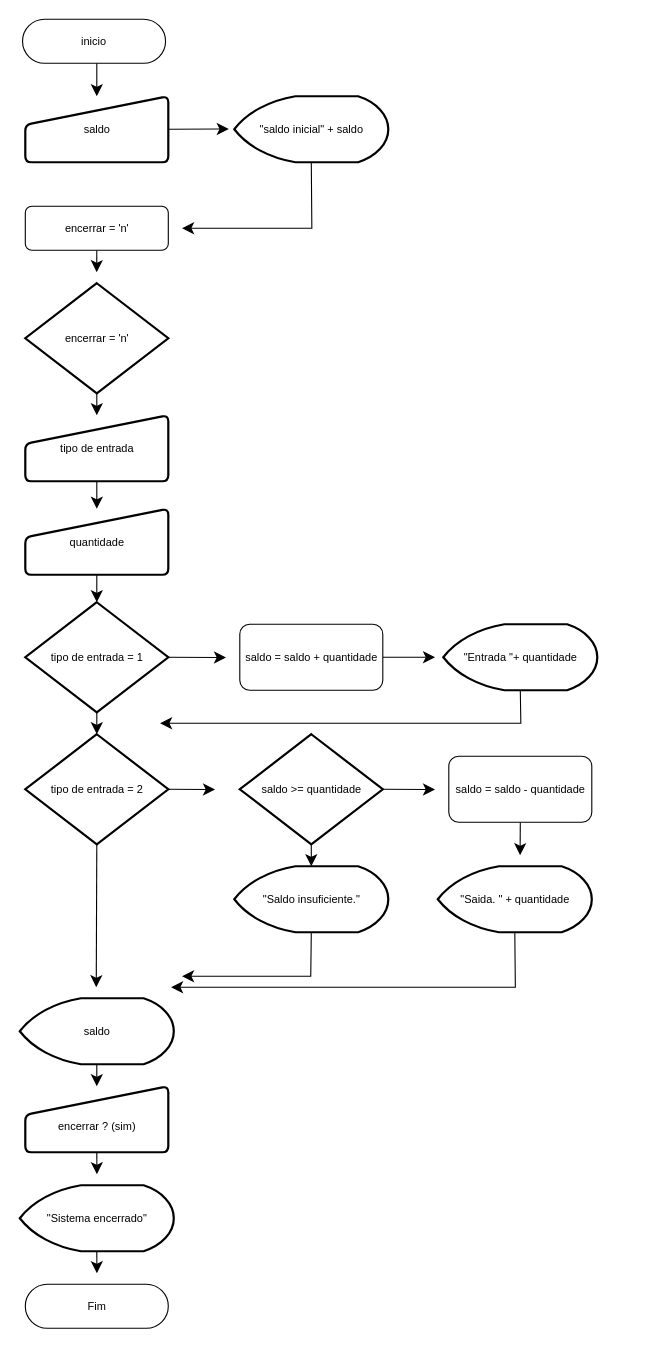
The draw.io diagram Diagrama sem nome.drawio in Matteo019/Repo.Matt, before the edit. Source tidied: cells renumbered, new cells numbered last; positions are measured from the earlier drawing's top-left corner, leaving out a move shared by most shapes. Both pictures are drawn from the tidied source at 110%, with x=0, y=0 at pixel (19, 19).
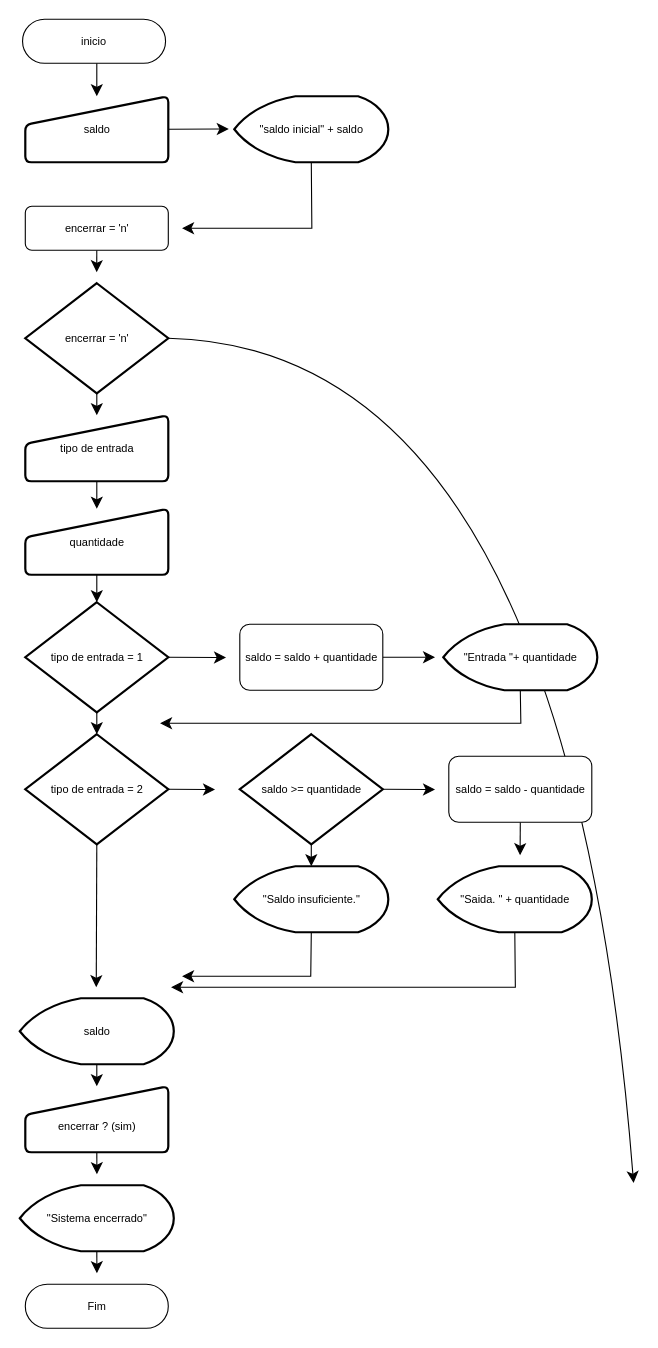
After the change.

The change refers to these unchanged cells:
```xml
<mxCell id="11" value="encerrar = 'n'" style="strokeWidth=2;html=1;shape=mxgraph.flowchart.decision;whiteSpace=wrap;fontSize=10;labelBackgroundColor=none;" parent="1" vertex="1">
  <mxGeometry x="5.5" y="240" width="130" height="100" as="geometry" />
</mxCell>
```

Diff of the diagram source:
```diff
@@
+    <mxCell id="42" style="edgeStyle=none;curved=1;rounded=0;jettySize=auto;html=1;exitX=1;exitY=0.5;exitDx=0;exitDy=0;exitPerimeter=0;fontSize=12;startSize=8;endSize=8;" parent="1" edge="1" source="11">
+      <mxGeometry relative="1" as="geometry">
+        <mxPoint x="558.5" y="1058" as="targetPoint" />
+        <Array as="points">
+          <mxPoint x="498.5" y="298" />
+        </Array>
+      </mxGeometry>
+    </mxCell>
```
